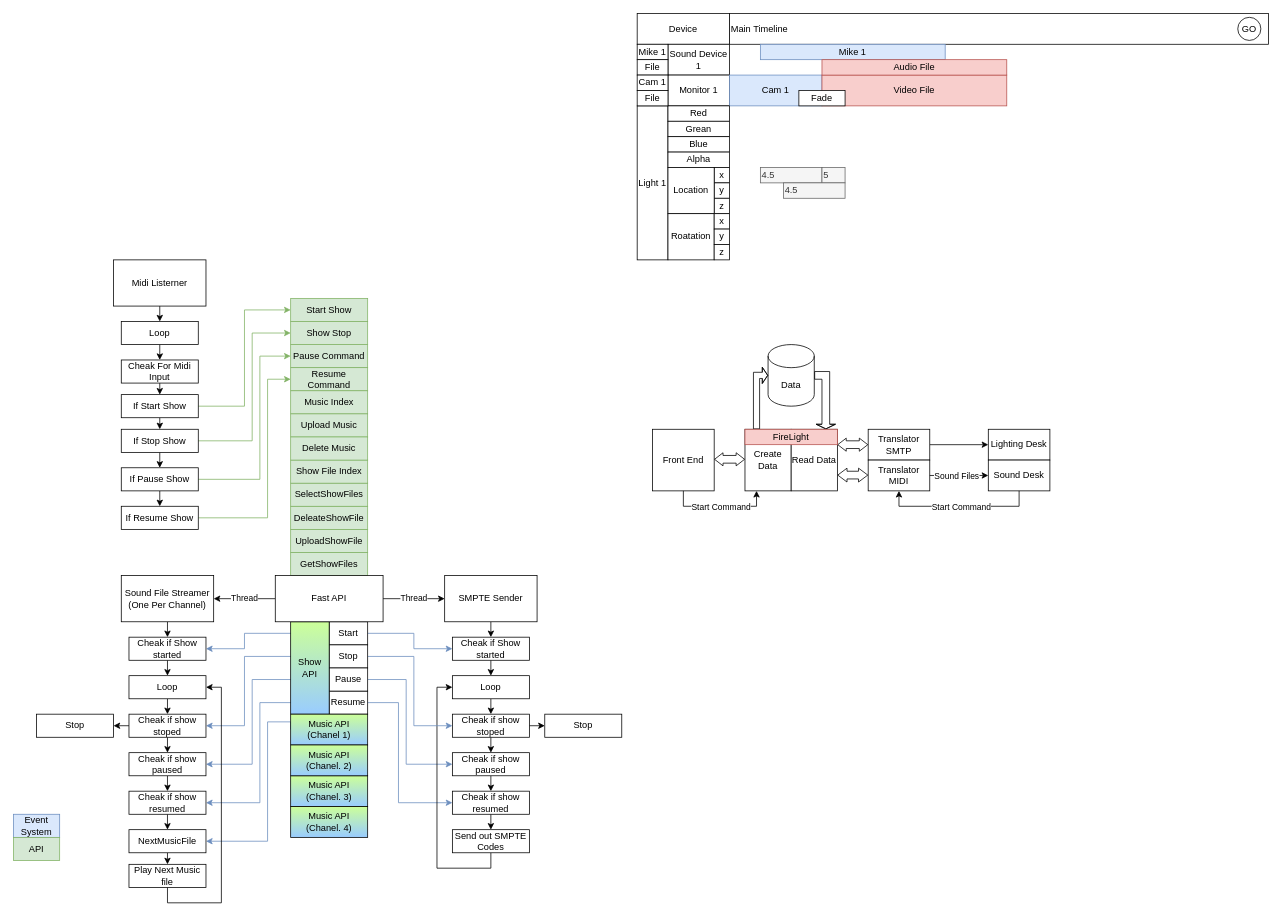
Above: Mood Board.drawio in Firelight-Stage-Systems/Firelight-Stage-Systems (draw.io), before the change. Source tidied: cells renumbered, new cells numbered last; positions are measured from the earlier drawing's top-left corner, leaving out a move shared by most shapes. Both pictures are drawn from the tidied source at 77%, with x=0, y=0 at pixel (13, 13).
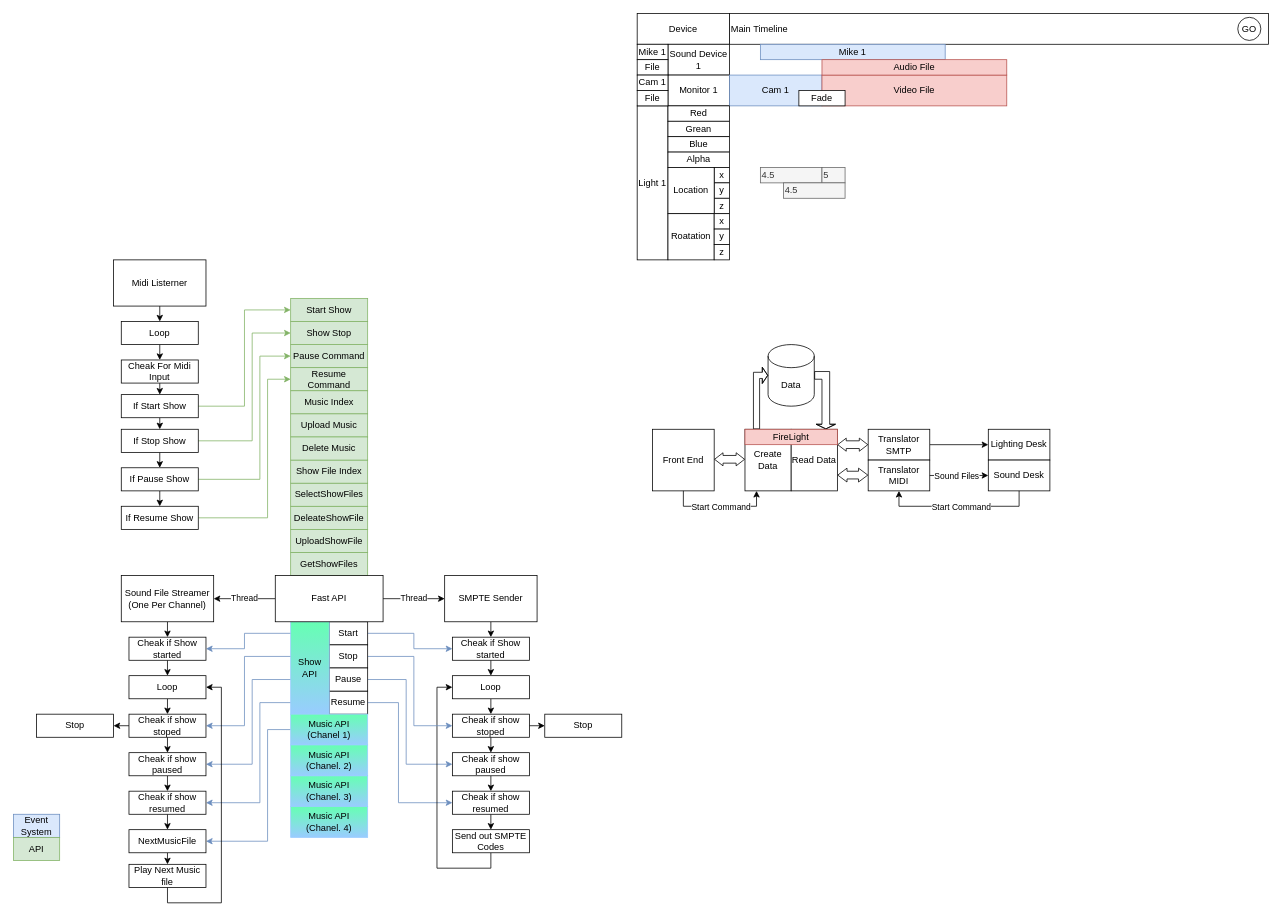
The same page after the edit.

The change refers to these unchanged cells:
```xml
<mxCell id="95" value="NextMusicFile" style="rounded=0;whiteSpace=wrap;html=1;" parent="1" vertex="1">
  <mxGeometry x="150" y="1060" width="100" height="30" as="geometry" />
</mxCell>
```

Diff of the diagram source:
```diff
@@
     <mxCell id="79" style="edgeStyle=orthogonalEdgeStyle;rounded=0;jettySize=auto;html=1;exitX=0;exitY=0.5;exitDx=0;exitDy=0;entryX=1;entryY=0.5;entryDx=0;entryDy=0;fillColor=#dae8fc;strokeColor=#6c8ebf;" parent="1" edge="1" source="137" target="95">
       <mxGeometry relative="1" as="geometry">
         <Array as="points">
-          <mxPoint x="360" y="920" />
-          <mxPoint x="330" y="920" />
+          <mxPoint x="330" y="930" />
           <mxPoint x="330" y="1075" />
         </Array>
       </mxGeometry>
     </mxCell>
@@
-    <mxCell id="135" value="Show API" style="rounded=0;whiteSpace=wrap;html=1;fillColor=#CCFF99;gradientColor=#99CCFF;" parent="1" vertex="1">
+    <mxCell id="135" value="Show API" style="rounded=0;whiteSpace=wrap;html=1;fillColor=#66FFB3;gradientColor=#99CCFF;strokeColor=#99CCFF;" parent="1" vertex="1">
       <mxGeometry x="360" y="790" width="50" height="120" as="geometry" />
     </mxCell>
@@
-    <mxCell id="137" value="&lt;div&gt;Music API&lt;/div&gt;&lt;div&gt;(Chanel 1)&lt;/div&gt;" style="rounded=0;whiteSpace=wrap;html=1;fillColor=#CCFF99;gradientColor=#99CCFF;" parent="1" vertex="1">
+    <mxCell id="137" value="&lt;div&gt;Music API&lt;/div&gt;&lt;div&gt;(Chanel 1)&lt;/div&gt;" style="rounded=0;whiteSpace=wrap;html=1;fillColor=#66FFB3;gradientColor=#99CCFF;strokeColor=#99CCFF;" parent="1" vertex="1">
       <mxGeometry x="360" y="910" width="100" height="40" as="geometry" />
     </mxCell>
-    <mxCell id="138" value="&lt;div&gt;Music API&lt;/div&gt;&lt;div&gt;(Chanel. 3)&lt;/div&gt;" style="rounded=0;whiteSpace=wrap;html=1;fillColor=#CCFF99;gradientColor=#99CCFF;" parent="1" vertex="1">
+    <mxCell id="138" value="&lt;div&gt;Music API&lt;/div&gt;&lt;div&gt;(Chanel. 3)&lt;/div&gt;" style="rounded=0;whiteSpace=wrap;html=1;fillColor=#66FFB3;gradientColor=#99CCFF;strokeColor=#99CCFF;" parent="1" vertex="1">
       <mxGeometry x="360" y="990" width="100" height="40" as="geometry" />
     </mxCell>
-    <mxCell id="139" value="&lt;div&gt;Music API&lt;/div&gt;&lt;div&gt;(Chanel. 2)&lt;/div&gt;" style="rounded=0;whiteSpace=wrap;html=1;fillColor=#CCFF99;gradientColor=#99CCFF;" parent="1" vertex="1">
+    <mxCell id="139" value="&lt;div&gt;Music API&lt;/div&gt;&lt;div&gt;(Chanel. 2)&lt;/div&gt;" style="rounded=0;whiteSpace=wrap;html=1;fillColor=#66FFB3;gradientColor=#99CCFF;strokeColor=#99CCFF;" parent="1" vertex="1">
       <mxGeometry x="360" y="950" width="100" height="40" as="geometry" />
     </mxCell>
-    <mxCell id="140" value="&lt;div&gt;Music API&lt;/div&gt;&lt;div&gt;(Chanel. 4)&lt;/div&gt;" style="rounded=0;whiteSpace=wrap;html=1;fillColor=#CCFF99;gradientColor=#99CCFF;" parent="1" vertex="1">
+    <mxCell id="140" value="&lt;div&gt;Music API&lt;/div&gt;&lt;div&gt;(Chanel. 4)&lt;/div&gt;" style="rounded=0;whiteSpace=wrap;html=1;fillColor=#66FFB3;gradientColor=#99CCFF;strokeColor=#99CCFF;" parent="1" vertex="1">
       <mxGeometry x="360" y="1030" width="100" height="40" as="geometry" />
     </mxCell>
```
